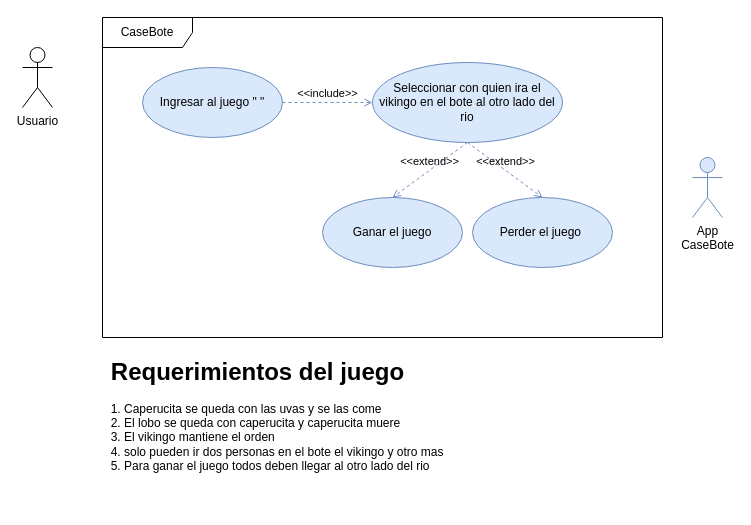
The draw.io diagram Design/UseCase.drawio in matiSae/CasoBote, before the edit. Source tidied: cells renumbered, new cells numbered last; positions are measured from the earlier drawing's top-left corner, leaving out a move shared by most shapes. Both pictures are drawn from the tidied source at 100%, with x=0, y=0 at pixel (22, 17).
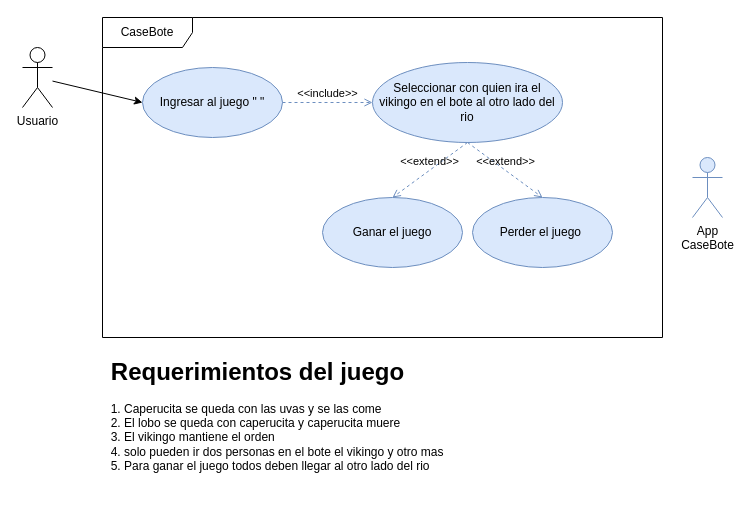
The same page after the edit.

Commit message (it also covers changes not shown here):
carpeta design

Change to the diagram source:
```diff
@@
 <mxGraphModel>
   <root>
     <mxCell id="0" />
     <mxCell id="1" parent="0" />
     <mxCell id="2" value="CaseBote" style="shape=umlFrame;whiteSpace=wrap;html=1;width=90;height=30;" parent="1" vertex="1">
       <mxGeometry x="80" width="560" height="320" as="geometry" />
     </mxCell>
+    <mxCell id="14" style="edgeStyle=none;html=1;entryX=0;entryY=0.5;entryDx=0;entryDy=0;" parent="1" edge="1" source="3" target="5">
+      <mxGeometry relative="1" as="geometry" />
+    </mxCell>
     <mxCell id="3" value="Usuario" style="shape=umlActor;verticalLabelPosition=bottom;verticalAlign=top;html=1;" parent="1" vertex="1">
       <mxGeometry y="30" width="30" height="60" as="geometry" />
     </mxCell>
     <mxCell id="4" value="App&lt;div&gt;CaseBote&lt;/div&gt;" style="shape=umlActor;verticalLabelPosition=bottom;verticalAlign=top;html=1;fillColor=#dae8fc;strokeColor=#6c8ebf;" parent="1" vertex="1">
       <mxGeometry x="670" y="140" width="30" height="60" as="geometry" />
     </mxCell>
     <mxCell id="5" value="Ingresar al juego &quot; &quot;" style="ellipse;whiteSpace=wrap;html=1;fillColor=#dae8fc;strokeColor=#6c8ebf;" parent="1" vertex="1">
       <mxGeometry x="120" y="50" width="140" height="70" as="geometry" />
     </mxCell>
     <mxCell id="6" value="Seleccionar con quien ira el vikingo en el bote al otro lado del rio" style="ellipse;whiteSpace=wrap;html=1;fillColor=#dae8fc;strokeColor=#6c8ebf;" parent="1" vertex="1">
       <mxGeometry x="350" y="45" width="190" height="80" as="geometry" />
     </mxCell>
     <mxCell id="7" value="Ganar el juego" style="ellipse;whiteSpace=wrap;html=1;fillColor=#dae8fc;strokeColor=#6c8ebf;" parent="1" vertex="1">
       <mxGeometry x="300" y="180" width="140" height="70" as="geometry" />
     </mxCell>
     <mxCell id="8" value="Perder el juego&amp;nbsp;" style="ellipse;whiteSpace=wrap;html=1;fillColor=#dae8fc;strokeColor=#6c8ebf;" parent="1" vertex="1">
       <mxGeometry x="450" y="180" width="140" height="70" as="geometry" />
     </mxCell>
     <mxCell id="9" value="&amp;lt;&amp;lt;include&amp;gt;&amp;gt;" style="html=1;verticalAlign=bottom;labelBackgroundColor=none;endArrow=open;endFill=0;dashed=1;exitX=1;exitY=0.5;exitDx=0;exitDy=0;entryX=0;entryY=0.5;entryDx=0;entryDy=0;fillColor=#dae8fc;strokeColor=#6c8ebf;" parent="1" edge="1" source="5" target="6">
       <mxGeometry relative="1" as="geometry" />
     </mxCell>
     <mxCell id="10" value="&amp;lt;&amp;lt;extend&amp;gt;&amp;gt;" style="html=1;verticalAlign=bottom;labelBackgroundColor=none;endArrow=open;endFill=0;dashed=1;exitX=0.5;exitY=1;exitDx=0;exitDy=0;entryX=0.5;entryY=0;entryDx=0;entryDy=0;fillColor=#dae8fc;strokeColor=#6c8ebf;" parent="1" edge="1" source="6" target="7">
       <mxGeometry relative="1" as="geometry" />
     </mxCell>
     <mxCell id="11" value="&amp;lt;&amp;lt;extend&amp;gt;&amp;gt;" style="html=1;verticalAlign=bottom;labelBackgroundColor=none;endArrow=open;endFill=0;dashed=1;exitX=0.5;exitY=1;exitDx=0;exitDy=0;entryX=0.5;entryY=0;entryDx=0;entryDy=0;fillColor=#dae8fc;strokeColor=#6c8ebf;" parent="1" edge="1" source="6" target="8">
       <mxGeometry relative="1" as="geometry" />
     </mxCell>
     <mxCell id="12" value="&lt;ol&gt;&lt;li&gt;Caperucita se queda con las uvas y se las come&lt;/li&gt;&lt;li&gt;El lobo se queda con caperucita y caperucita muere&lt;/li&gt;&lt;li&gt;El vikingo mantiene el orden&amp;nbsp;&lt;/li&gt;&lt;li&gt;solo pueden ir dos personas en el bote el vikingo y otro mas&lt;/li&gt;&lt;li&gt;Para ganar el juego todos deben llegar al otro lado del rio&lt;/li&gt;&lt;/ol&gt;" style="text;strokeColor=none;fillColor=none;html=1;whiteSpace=wrap;verticalAlign=middle;overflow=hidden;" parent="1" vertex="1">
       <mxGeometry x="60" y="350" width="570" height="140" as="geometry" />
     </mxCell>
     <mxCell id="13" value="Requerimientos del juego" style="text;strokeColor=none;fillColor=none;html=1;fontSize=24;fontStyle=1;verticalAlign=middle;align=center;" parent="1" vertex="1">
       <mxGeometry x="80" y="320" width="310" height="70" as="geometry" />
     </mxCell>
   </root>
 </mxGraphModel>
```
